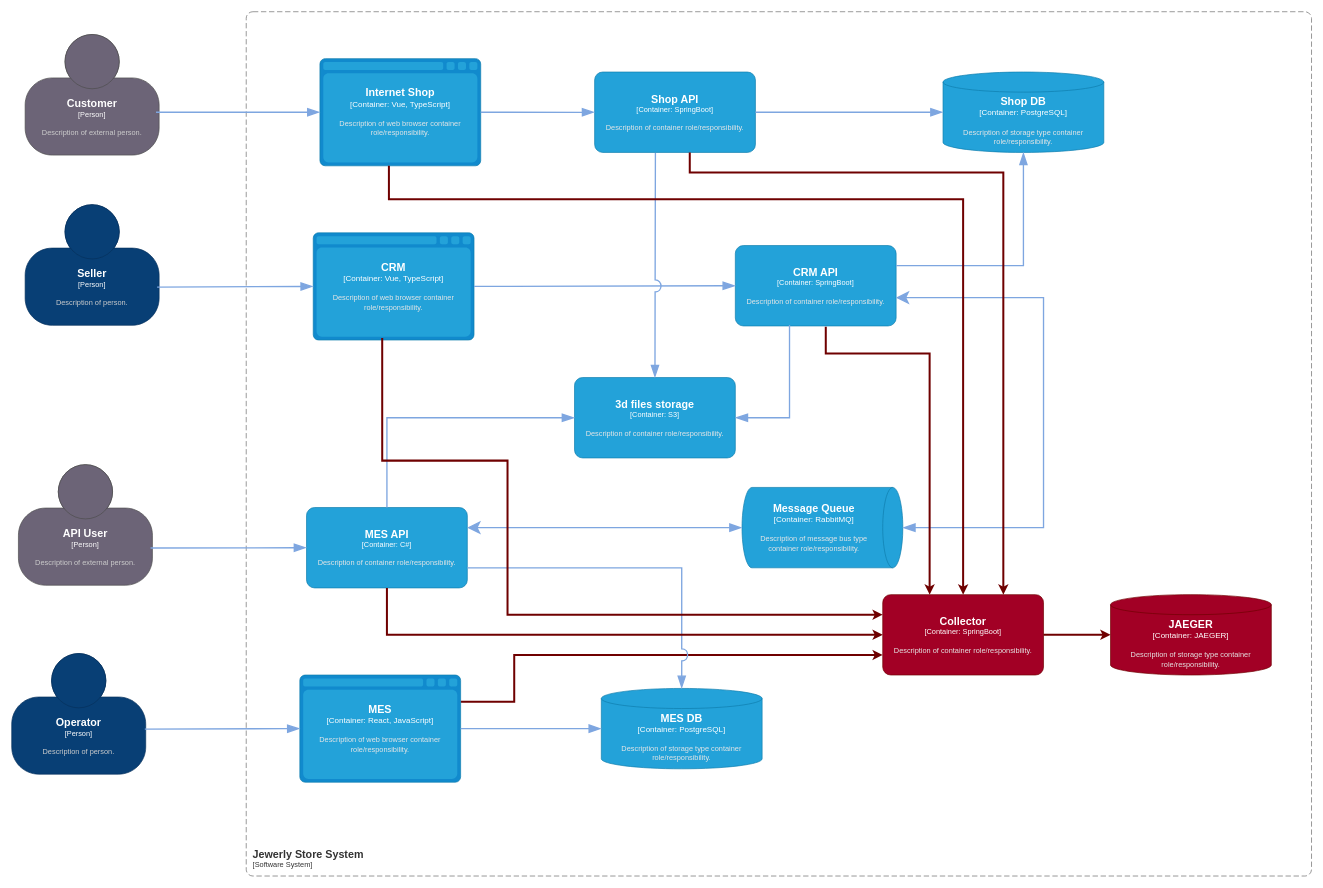
This is task3/Трейсинг.drawio from Litviki/architecture--alexandrite, a draw.io file, before an edit. Source tidied: cells renumbered, new cells numbered last; positions are measured from the earlier drawing's top-left corner, leaving out a move shared by most shapes. Both pictures are drawn from the tidied source at 67%, with x=0, y=0 at pixel (11, 11).
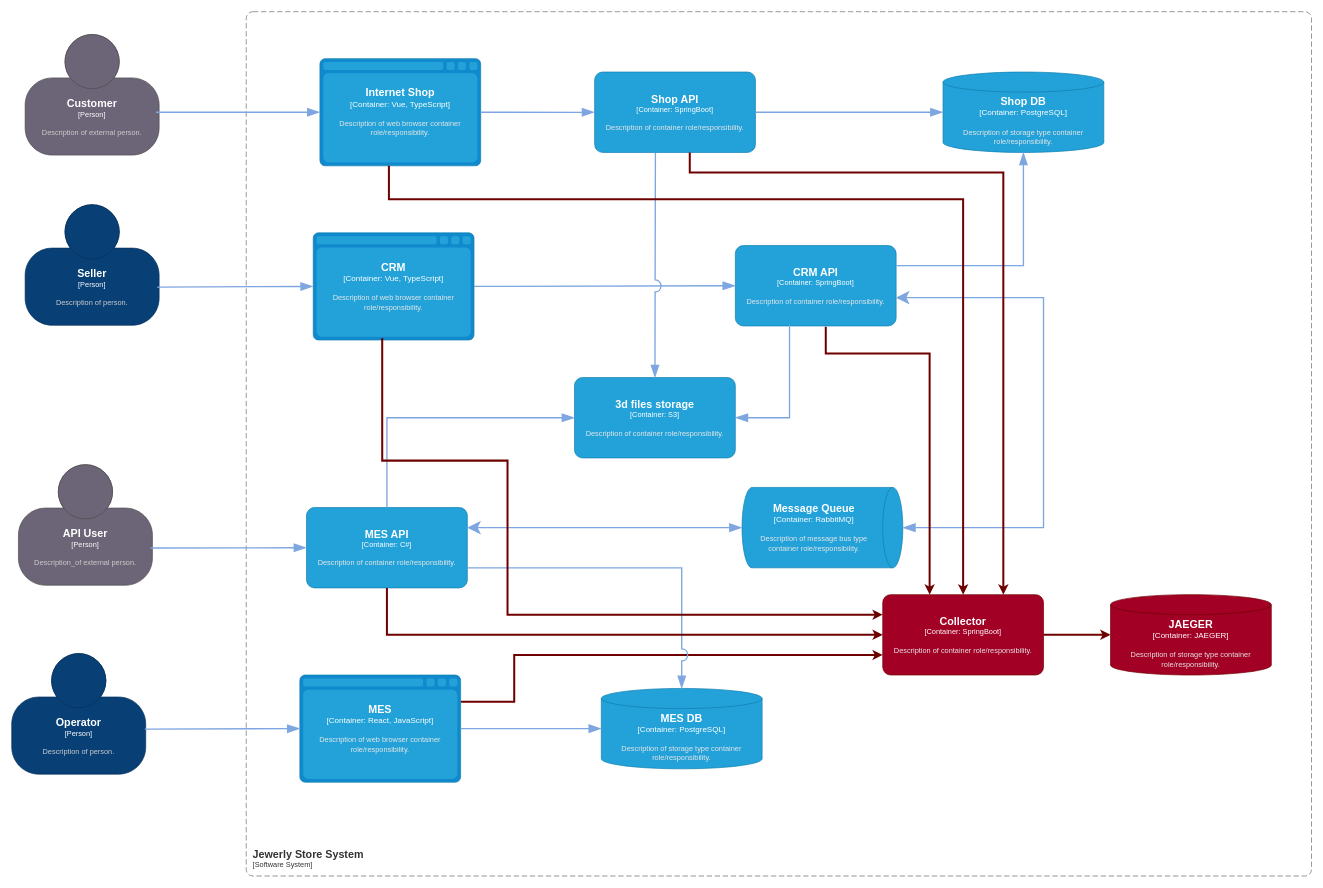
After the change.

Change to the diagram source:
```diff
@@
-    <object id="3" label="&lt;font style=&quot;font-size: 16px&quot;&gt;&lt;b&gt;%c4Name%&lt;/b&gt;&lt;/font&gt;&lt;div&gt;[%c4Type%]&lt;/div&gt;&lt;br&gt;&lt;div&gt;&lt;font style=&quot;font-size: 11px&quot;&gt;&lt;font color=&quot;#cccccc&quot;&gt;%c4Description%&lt;/font&gt;&lt;/div&gt;" c4Description="Description of external person." c4Name="API User" c4Type="Person" placeholders="1">
+    <object id="3" label="&lt;font style=&quot;font-size: 16px&quot;&gt;&lt;b&gt;%c4Name%&lt;/b&gt;&lt;/font&gt;&lt;div&gt;[%c4Type%]&lt;/div&gt;&lt;br&gt;&lt;div&gt;&lt;font style=&quot;font-size: 11px&quot;&gt;&lt;font color=&quot;#cccccc&quot;&gt;%c4Description%&lt;/font&gt;&lt;/div&gt;" c4Description="Description_of external person." c4Name="API User" c4Type="Person" placeholders="1">
       <mxCell style="html=1;fontSize=11;dashed=0;whiteSpace=wrap;fillColor=#6C6477;strokeColor=#4D4D4D;fontColor=#ffffff;shape=mxgraph.c4.person2;align=center;points=[[0.5,0,0],[1,0.5,0],[1,0.75,0],[0.75,1,0],[0.5,1,0],[0.25,1,0],[0,0.75,0],[0,0.5,0]];" parent="1" vertex="1">
         <mxGeometry x="10" y="676" width="200" height="180" as="geometry" />
       </mxCell>
     </object>
```
